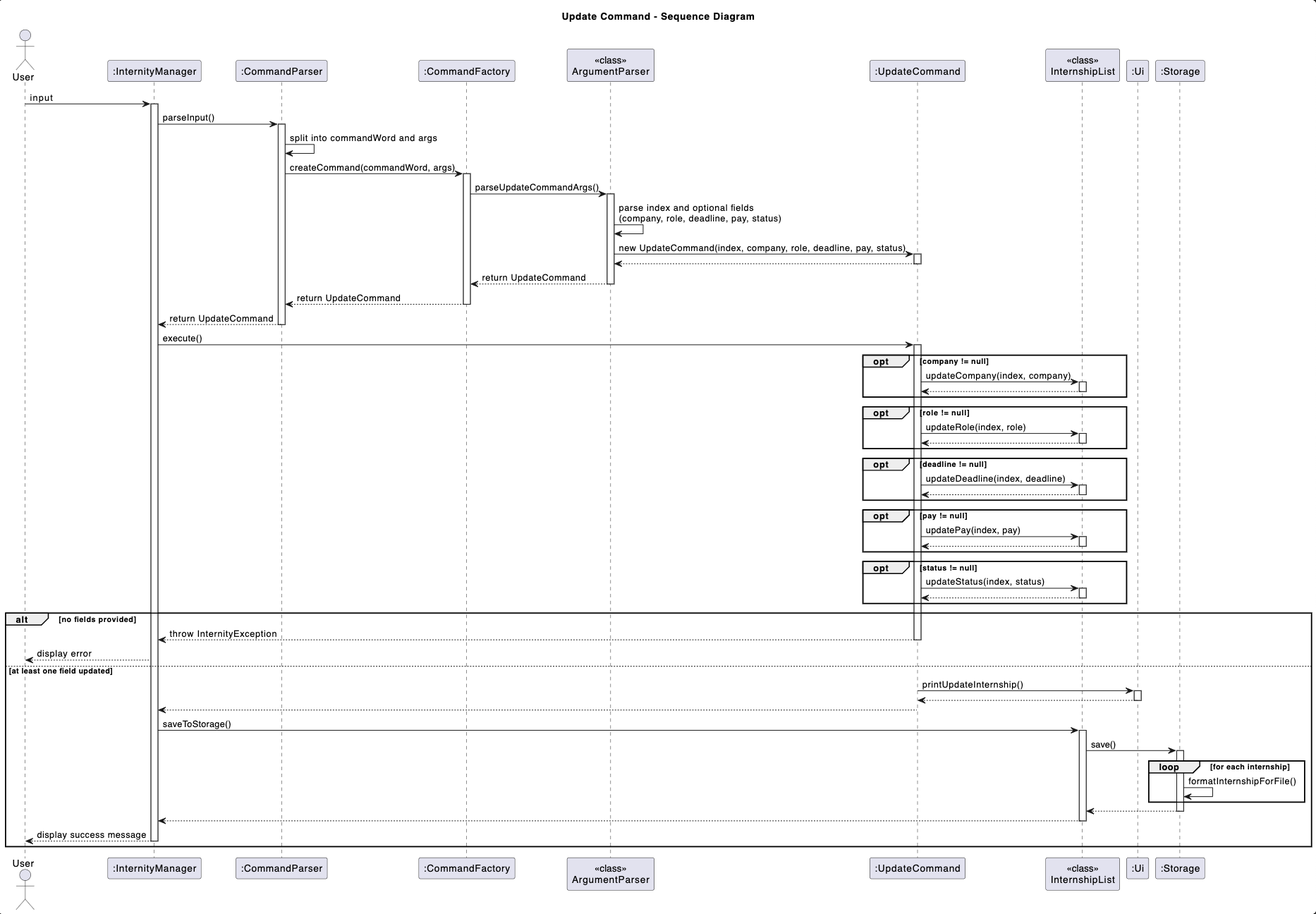
Above: docs/diagrams/UpdateCommandSD.png in AY2526S1-CS2113-W14-4/tp (PlantUML), before the change. Its source is kept beside it as docs/diagrams/UpdateCommandSD.puml.
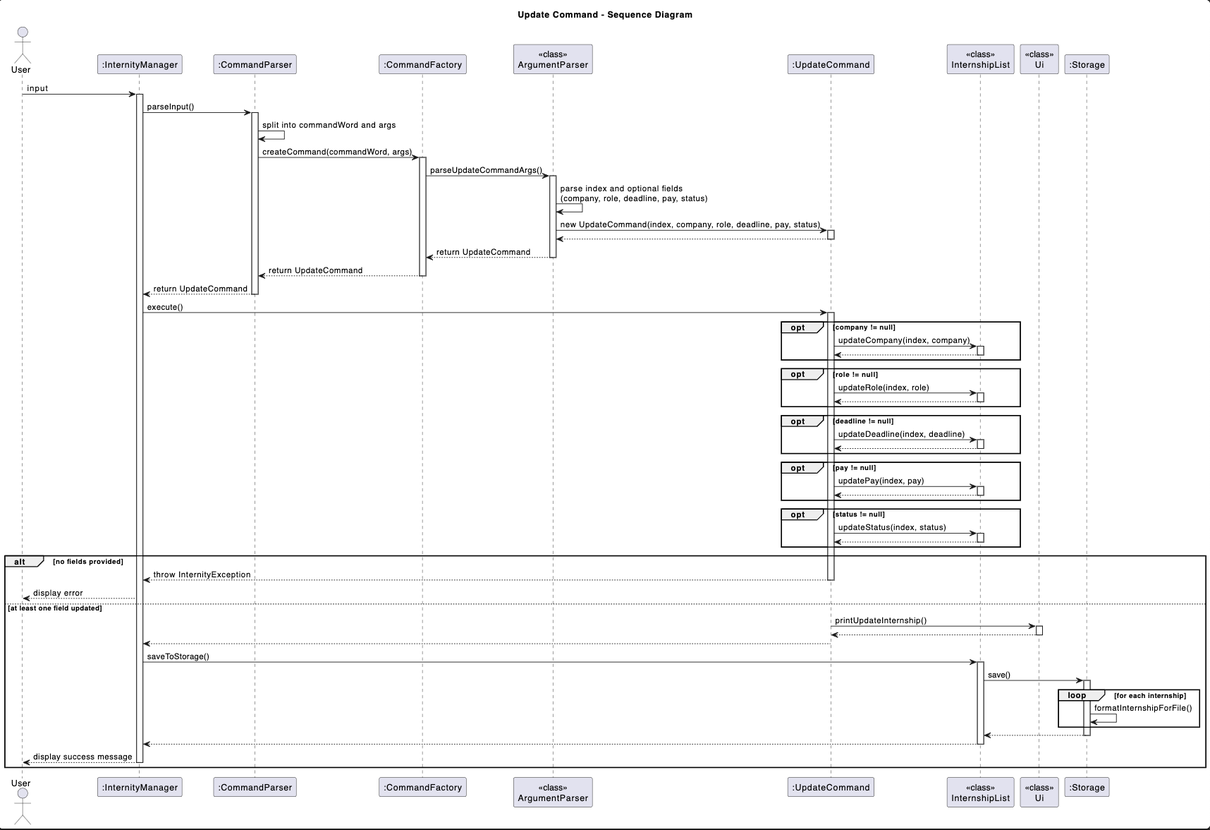
Later version of the same file.

Commit message:
Add Update Command class diagram and fix SD

What changed in the source:
```diff
@@ -8,10 +8,9 @@
 participant "<<class>>\nArgumentParser" as AP
 participant ":UpdateCommand" as UC
 participant "<<class>>\nInternshipList" as IL
-participant ":Ui" as UI
+participant "<<class>>\nUi" as UI
 participant ":Storage" as S
 
-== Input and Command Creation ==
 User -> IM: input
 activate IM
 
@@ -40,7 +39,6 @@
 CP --> IM: return UpdateCommand
 deactivate CP
 
-== Command Execution ==
 IM -> UC: execute()
 activate UC
 
@@ -92,7 +90,6 @@
   UC --> IM
   deactivate UC
 
-  == Persist to Storage ==
   IM -> IL: saveToStorage()
   activate IL
 
```
